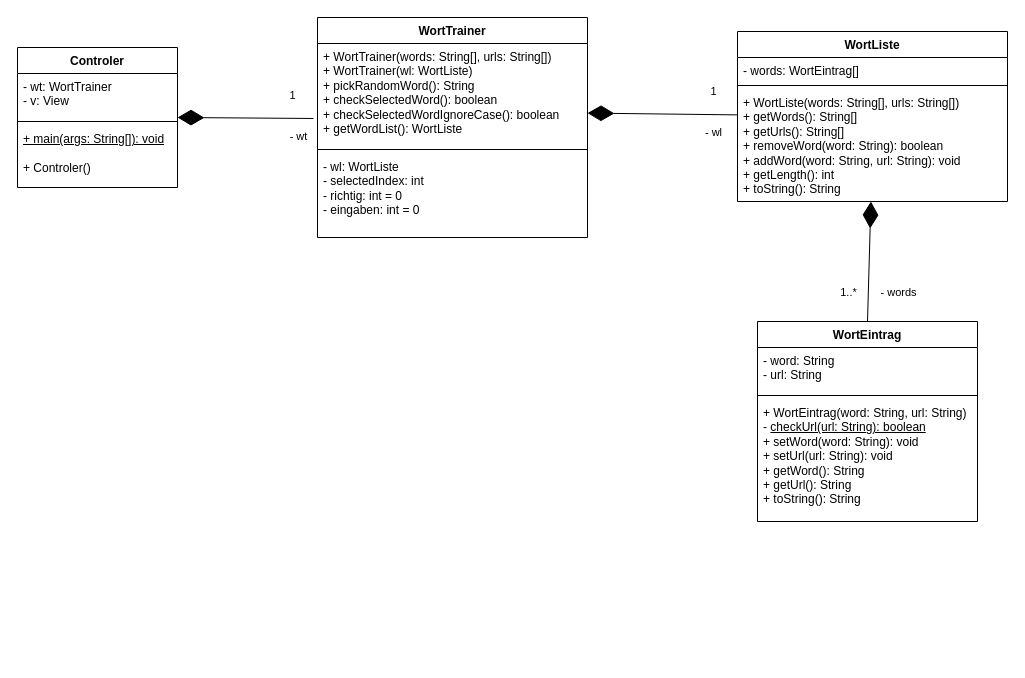
The draw.io diagram doc/worttrainer.drawio in TGM-HIT/sew9-2425-worttrainer-czlabinger, before the edit. Source tidied: cells renumbered, new cells numbered last; positions are measured from the earlier drawing's top-left corner, leaving out a move shared by most shapes. Both pictures are drawn from the tidied source at 100%, with x=0, y=0 at pixel (17, 17).
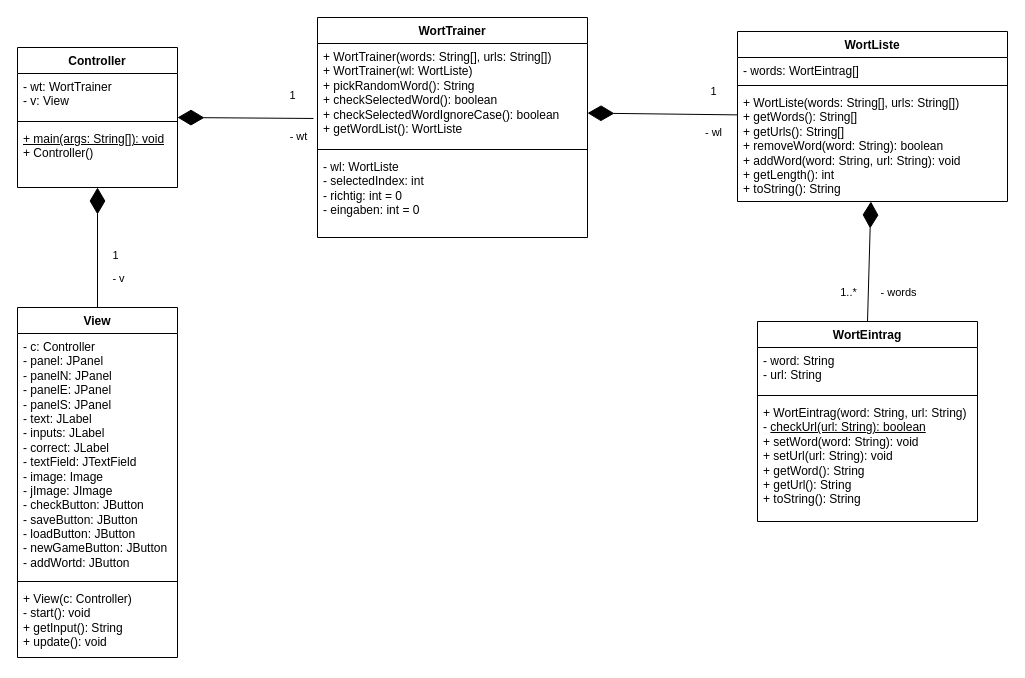
Above is the later version.

Commit message (it also covers changes not shown here):
Added view uml

Diff of the diagram source:
```diff
@@
-    <mxCell id="20" value="Controler" style="swimlane;fontStyle=1;align=center;verticalAlign=top;horizontal=1;startSize=26;whiteSpace=wrap;html=1;" parent="1" vertex="1">
+    <mxCell id="20" value="&lt;div&gt;Controller&lt;/div&gt;" style="swimlane;fontStyle=1;align=center;verticalAlign=top;horizontal=1;startSize=26;whiteSpace=wrap;html=1;" parent="1" vertex="1">
       <mxGeometry y="30" width="160" height="140" as="geometry" />
     </mxCell>
@@
-    <mxCell id="23" value="&lt;div&gt;&lt;u&gt;+ main(args: String[]): void&lt;/u&gt;&lt;/div&gt;&lt;div&gt;&lt;u&gt;&lt;br&gt;&lt;/u&gt;&lt;/div&gt;+ Controler()" style="text;strokeColor=none;fillColor=none;align=left;verticalAlign=top;spacingLeft=4;spacingRight=4;overflow=hidden;points=[[0,0.5],[1,0.5]];portConstraint=eastwest;whiteSpace=wrap;html=1;" parent="20" vertex="1">
+    <mxCell id="23" value="&lt;div&gt;&lt;u&gt;+ main(args: String[]): void&lt;/u&gt;&lt;/div&gt;+ Controller()" style="text;strokeColor=none;fillColor=none;align=left;verticalAlign=top;spacingLeft=4;spacingRight=4;overflow=hidden;points=[[0,0.5],[1,0.5]];portConstraint=eastwest;whiteSpace=wrap;html=1;" parent="20" vertex="1">
       <mxGeometry y="78" width="160" height="62" as="geometry" />
     </mxCell>
@@
+    <mxCell id="27" value="View" style="swimlane;fontStyle=1;align=center;verticalAlign=top;horizontal=1;startSize=26;whiteSpace=wrap;html=1;" parent="1" vertex="1">
+      <mxGeometry y="290" width="160" height="350" as="geometry" />
+    </mxCell>
+    <mxCell id="28" value="&lt;div&gt;- c: Controller&lt;/div&gt;&lt;div&gt;- panel: JPanel&lt;/div&gt;&lt;div&gt;- panelN: JPanel&lt;/div&gt;&lt;div&gt;- panelE: JPanel&lt;/div&gt;&lt;div&gt;- panelS: JPanel&lt;/div&gt;&lt;div&gt;- text: JLabel&lt;/div&gt;&lt;div&gt;- inputs: JLabel&lt;/div&gt;&lt;div&gt;- correct: JLabel&lt;/div&gt;&lt;div&gt;- textField: JTextField&lt;/div&gt;&lt;div&gt;- image: Image&lt;/div&gt;&lt;div&gt;- jImage: JImage&lt;br&gt;&lt;/div&gt;&lt;div&gt;- checkButton: JButton&lt;/div&gt;&lt;div&gt;- saveButton: JButton&lt;/div&gt;&lt;div&gt;- loadButton: JButton&lt;/div&gt;&lt;div&gt;- newGameButton: JButton&lt;/div&gt;&lt;div&gt;- addWortd: JButton&lt;br&gt;&lt;/div&gt;" style="text;strokeColor=none;fillColor=none;align=left;verticalAlign=top;spacingLeft=4;spacingRight=4;overflow=hidden;whiteSpace=wrap;html=1;" parent="27" vertex="1">
+      <mxGeometry y="26" width="160" height="244" as="geometry" />
+    </mxCell>
+    <mxCell id="29" style="line;strokeWidth=1;fillColor=none;align=left;verticalAlign=middle;spacingTop=-1;spacingLeft=3;spacingRight=3;labelPosition=right;strokeColor=inherit;" parent="27" vertex="1">
+      <mxGeometry y="270" width="160" height="8" as="geometry" />
+    </mxCell>
+    <mxCell id="30" value="&lt;div&gt;+ View(c: Controller)&lt;/div&gt;&lt;div&gt;- start(): void&lt;br&gt;&lt;/div&gt;&lt;div&gt;+ getInput(): String&lt;/div&gt;&lt;div&gt;+ update(): void&lt;br&gt;&lt;/div&gt;" style="text;strokeColor=none;fillColor=none;align=left;verticalAlign=top;spacingLeft=4;spacingRight=4;overflow=hidden;whiteSpace=wrap;html=1;" parent="27" vertex="1">
+      <mxGeometry y="278" width="160" height="72" as="geometry" />
+    </mxCell>
+    <mxCell id="31" style="endArrow=diamondThin;endFill=1;endSize=24;html=1;rounded=0;" parent="1" edge="1" source="27" target="23">
+      <mxGeometry relative="1" as="geometry" />
+    </mxCell>
+    <mxCell id="32" value="&lt;div&gt;- v&lt;br&gt;&lt;/div&gt;" style="edgeLabel;html=1;align=center;verticalAlign=middle;" parent="31" vertex="1">
+      <mxGeometry x="0.48" y="-2" relative="1" as="geometry">
+        <mxPoint x="18" y="59" as="offset" />
+      </mxGeometry>
+    </mxCell>
+    <mxCell id="33" value="1" style="edgeLabel;html=1;align=center;verticalAlign=middle;" parent="31" vertex="1">
+      <mxGeometry x="-0.47" y="-2" relative="1" as="geometry">
+        <mxPoint x="15" y="-21" as="offset" />
+      </mxGeometry>
+    </mxCell>
```
